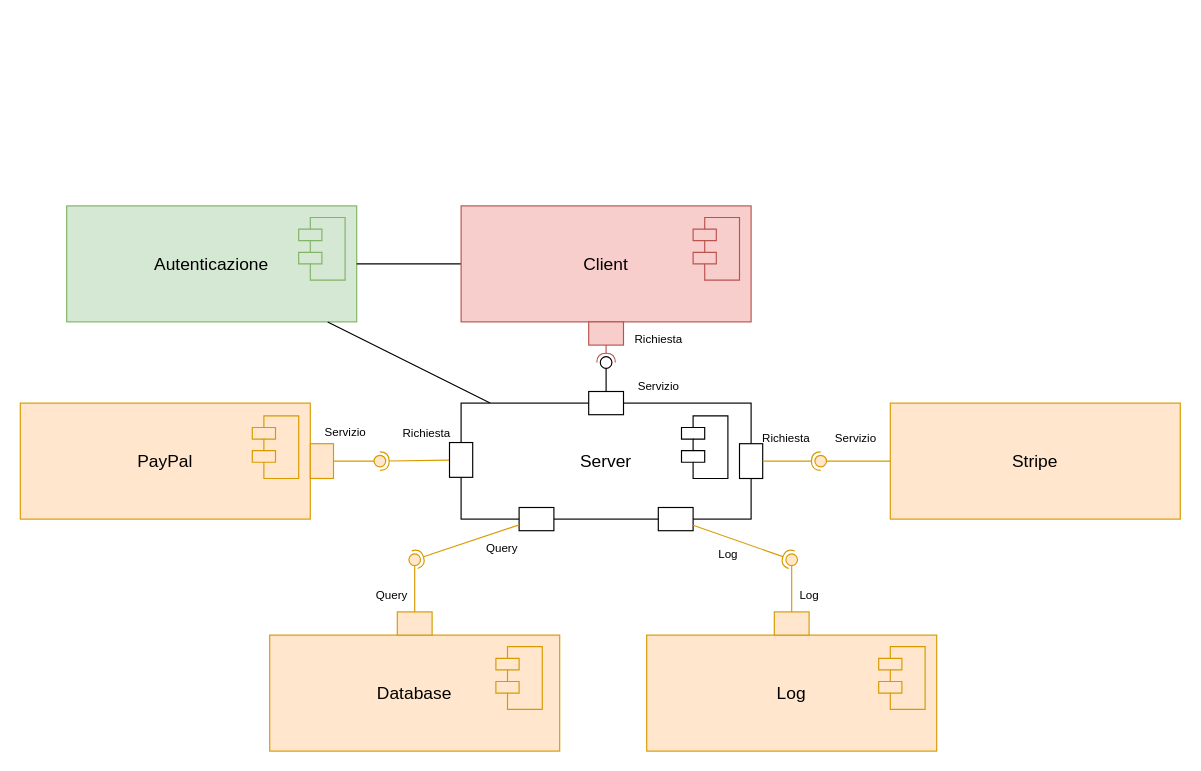
Marco-Burattoni/Progetto-ids keeps this draw.io diagram as page "diagramma dei componenti" (2 of 3) of progettazione/Progettazione Architetturale.drawio. Above is the earlier version. Source tidied: cells renumbered, new cells numbered last; positions are measured from the earlier drawing's top-left corner, leaving out a move shared by most shapes. Both pictures are drawn from the tidied source at 116%, with x=0, y=0 at pixel (20, 205).
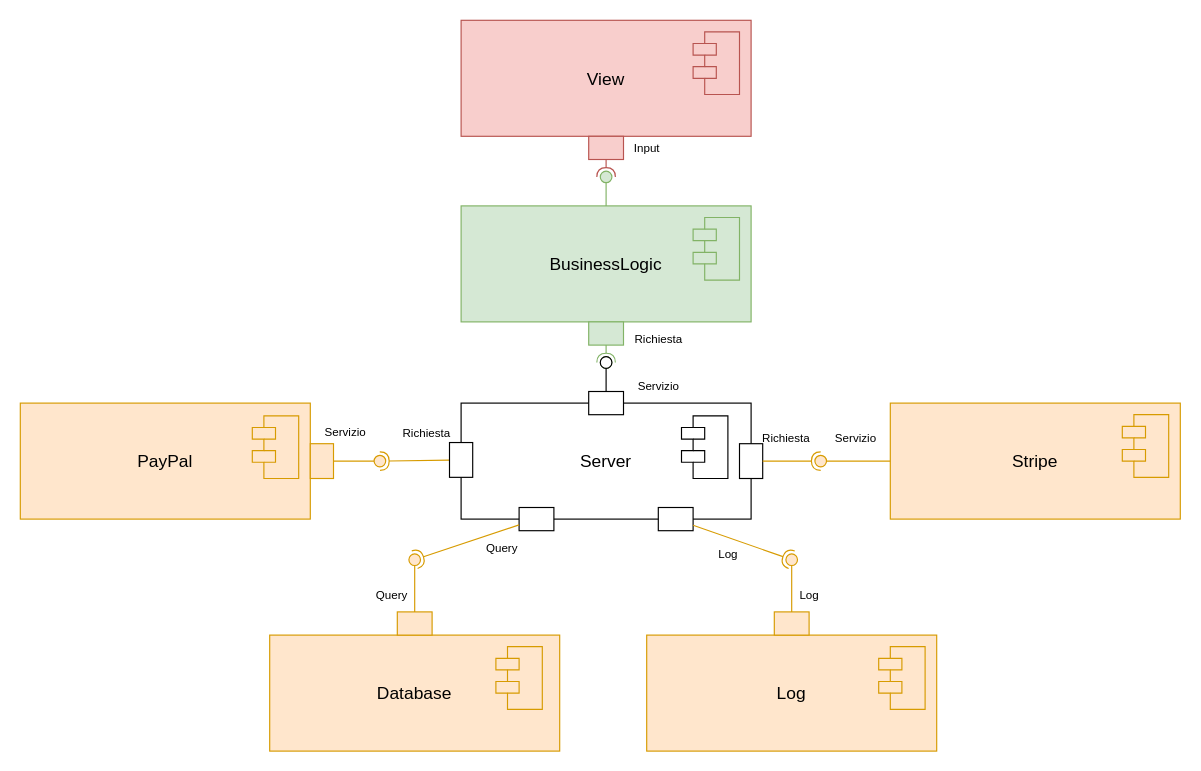
The same page after the edit.

Unchanged cells that the change refers to:
```xml
<mxCell id="8" value="Server" style="rounded=0;whiteSpace=wrap;html=1;fontSize=15;" parent="1" vertex="1">
  <mxGeometry x="380" y="170" width="250" height="100" as="geometry" />
</mxCell>
```

Diff of the diagram source:
```diff
@@
-    <mxCell id="4" value="Autenticazione" style="rounded=0;whiteSpace=wrap;html=1;fontSize=15;fillColor=#d5e8d4;strokeColor=#82b366;" parent="1" vertex="1">
-      <mxGeometry x="40" width="250" height="100" as="geometry" />
+    <mxCell id="4" value="BusinessLogic" style="rounded=0;whiteSpace=wrap;html=1;fontSize=15;fillColor=#d5e8d4;strokeColor=#82b366;" parent="1" vertex="1">
+      <mxGeometry x="380" width="250" height="100" as="geometry" />
     </mxCell>
-    <mxCell id="5" style="edgeStyle=none;rounded=0;jettySize=auto;html=1;fontSize=15;startArrow=none;startFill=0;endArrow=none;endFill=0;" parent="1" edge="1" source="6" target="4">
-      <mxGeometry relative="1" as="geometry" />
-    </mxCell>
-    <mxCell id="6" value="Client" style="rounded=0;whiteSpace=wrap;html=1;fontSize=15;fillColor=#f8cecc;strokeColor=#b85450;" parent="1" vertex="1">
-      <mxGeometry x="380" width="250" height="100" as="geometry" />
+    <mxCell id="6" value="View" style="rounded=0;whiteSpace=wrap;html=1;fontSize=15;fillColor=#f8cecc;strokeColor=#b85450;" parent="1" vertex="1">
+      <mxGeometry x="380" y="-160" width="250" height="100" as="geometry" />
     </mxCell>
-    <mxCell id="7" style="edgeStyle=none;rounded=0;jettySize=auto;html=1;fontSize=15;startArrow=none;startFill=0;endArrow=none;endFill=0;" parent="1" edge="1" source="8" target="4">
-      <mxGeometry relative="1" as="geometry" />
-    </mxCell>
@@
     <mxCell id="10" style="shape=module;align=left;spacingLeft=20;align=center;verticalAlign=top;fontSize=15;fillColor=#d5e8d4;strokeColor=#82b366;" parent="1" vertex="1">
-      <mxGeometry x="240" y="10" width="40" height="54" as="geometry" />
+      <mxGeometry x="580" y="10" width="40" height="54" as="geometry" />
     </mxCell>
     <mxCell id="11" style="shape=module;align=left;spacingLeft=20;align=center;verticalAlign=top;fontSize=15;fillColor=#f8cecc;strokeColor=#b85450;" parent="1" vertex="1">
-      <mxGeometry x="580" y="10" width="40" height="54" as="geometry" />
+      <mxGeometry x="580" y="-150" width="40" height="54" as="geometry" />
     </mxCell>
@@
     <mxCell id="14" style="rounded=0;whiteSpace=wrap;html=1;fontSize=15;fillColor=#f8cecc;strokeColor=#b85450;" parent="1" vertex="1">
-      <mxGeometry x="490" y="100" width="30" height="20" as="geometry" />
+      <mxGeometry x="490" y="-60" width="30" height="20" as="geometry" />
     </mxCell>
@@
     <mxCell id="21" style="rounded=0;jettySize=auto;html=1;endArrow=halfCircle;endFill=0;endSize=6;strokeWidth=1;sketch=0;fontSize=15;fillColor=#f8cecc;strokeColor=#b85450;" parent="1" edge="1" source="14">
       <mxGeometry relative="1" as="geometry">
-        <mxPoint x="505" y="135" as="targetPoint" />
+        <mxPoint x="505" y="-25" as="targetPoint" />
       </mxGeometry>
     </mxCell>
-    <mxCell id="22" style="ellipse;whiteSpace=wrap;html=1;align=center;points=[];outlineConnect=0;sketch=0;fontSize=15;" parent="1" vertex="1">
+    <mxCell id="22" style="ellipse;whiteSpace=wrap;html=1;align=center;points=[];outlineConnect=0;sketch=0;fontSize=15;fillColor=#d5e8d4;strokeColor=#82b366;" parent="1" vertex="1">
       <mxGeometry x="500" y="130" width="10" height="10" as="geometry" />
     </mxCell>
@@
-    <mxCell id="29" value="Richiesta" style="text;html=1;align=center;verticalAlign=middle;strokeColor=none;fillColor=none;fontSize=10;" parent="1" vertex="1">
-      <mxGeometry x="520" y="100" width="60" height="30" as="geometry" />
+    <mxCell id="29" value="Input" style="text;html=1;align=center;verticalAlign=middle;strokeColor=none;fillColor=none;fontSize=10;" parent="1" vertex="1">
+      <mxGeometry x="515" y="-65" width="50" height="30" as="geometry" />
     </mxCell>
@@
+    <mxCell id="51" style="shape=module;align=left;spacingLeft=20;align=center;verticalAlign=top;fontSize=15;fillColor=#ffe6cc;strokeColor=#d79b00;" parent="1" vertex="1">
+      <mxGeometry x="950" y="180" width="40" height="54" as="geometry" />
+    </mxCell>
+    <mxCell id="52" style="rounded=0;jettySize=auto;html=1;endArrow=none;endFill=0;sketch=0;sourcePerimeterSpacing=0;targetPerimeterSpacing=0;fontSize=15;exitX=0.5;exitY=0;exitDx=0;exitDy=0;fillColor=#d5e8d4;strokeColor=#82b366;" parent="1" edge="1" source="4" target="53">
+      <mxGeometry relative="1" as="geometry" />
+    </mxCell>
+    <mxCell id="53" style="ellipse;whiteSpace=wrap;html=1;align=center;points=[];outlineConnect=0;sketch=0;fontSize=15;fillColor=#d5e8d4;strokeColor=#82b366;" parent="1" vertex="1">
+      <mxGeometry x="500" y="-30" width="10" height="10" as="geometry" />
+    </mxCell>
+    <mxCell id="54" style="rounded=0;whiteSpace=wrap;html=1;fontSize=15;fillColor=#d5e8d4;strokeColor=#82b366;" parent="1" vertex="1">
+      <mxGeometry x="490" y="100" width="30" height="20" as="geometry" />
+    </mxCell>
+    <mxCell id="55" style="rounded=0;jettySize=auto;html=1;endArrow=halfCircle;endFill=0;endSize=6;strokeWidth=1;sketch=0;fontSize=15;fillColor=#d5e8d4;strokeColor=#82b366;" parent="1" edge="1" source="54">
+      <mxGeometry relative="1" as="geometry">
+        <mxPoint x="505" y="135" as="targetPoint" />
+      </mxGeometry>
+    </mxCell>
+    <mxCell id="56" style="ellipse;whiteSpace=wrap;html=1;align=center;sketch=0;fontSize=15;" parent="1" vertex="1">
+      <mxGeometry x="500" y="130" width="10" height="10" as="geometry" />
+    </mxCell>
+    <mxCell id="57" value="&lt;font style=&quot;font-size: 10px;&quot;&gt;Richiesta&lt;/font&gt;" style="text;html=1;align=center;verticalAlign=middle;strokeColor=none;fillColor=none;" parent="1" vertex="1">
+      <mxGeometry x="520" y="100" width="60" height="30" as="geometry" />
+    </mxCell>
```
